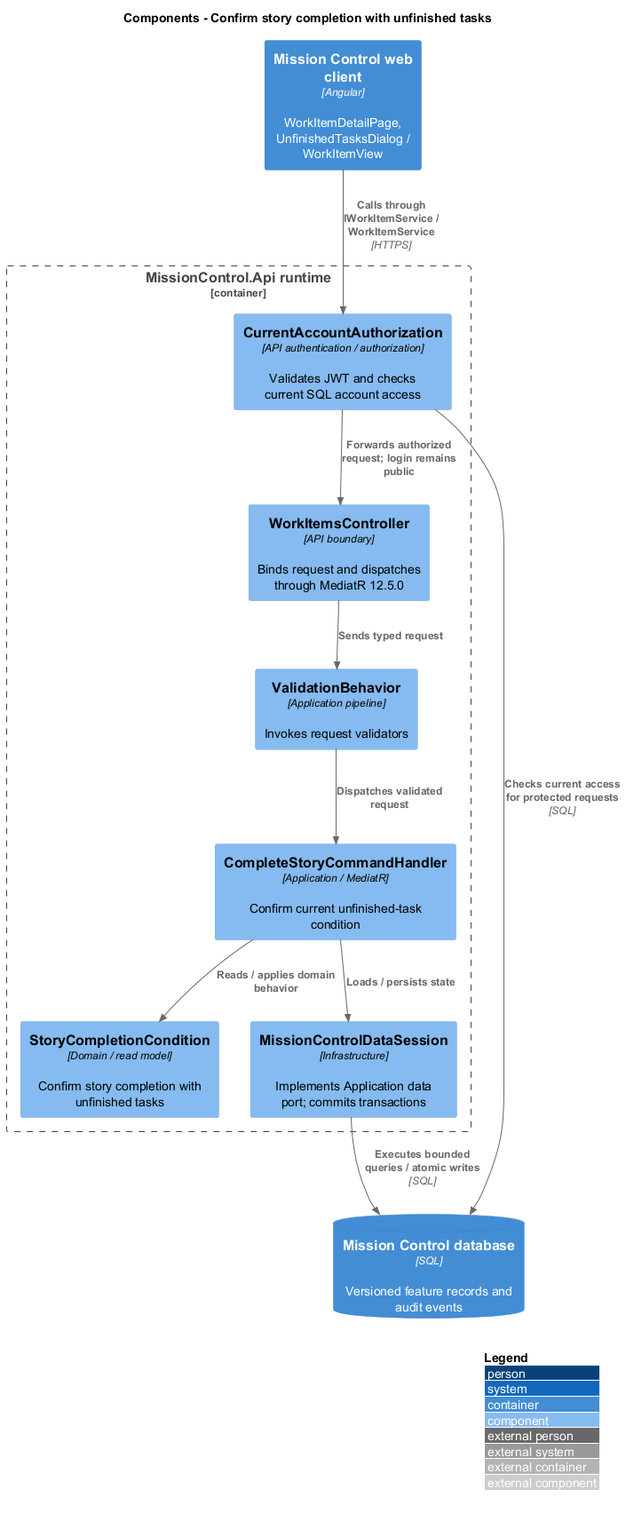
Before: docs/detailed-designs/kanban/confirm-story-completion/diagrams/c4-component.png, a diagram exported from PlantUML (QuinntyneBrown/mission-control).
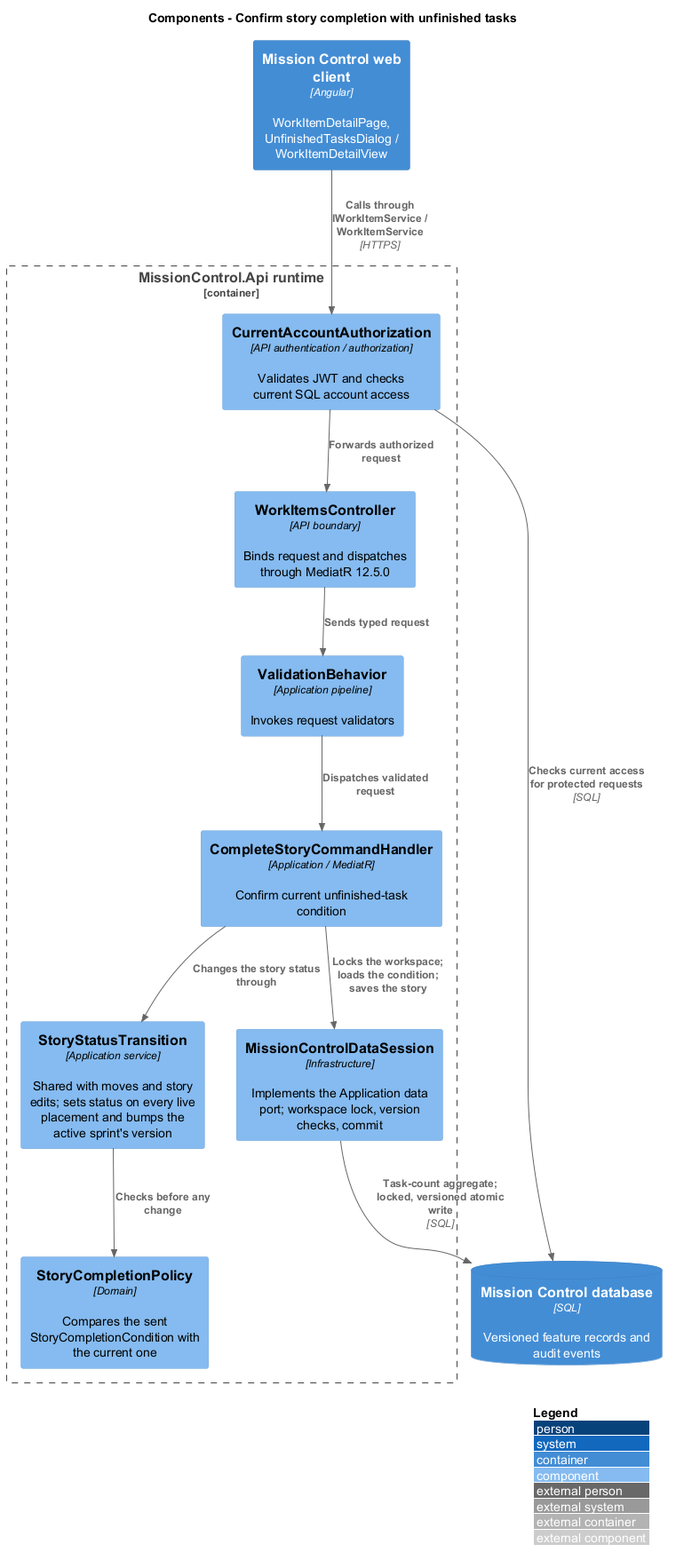
Above is the later version.

Change to the diagram source:
```diff
@@ -2,22 +2,24 @@
 !include <C4/C4_Component>
 LAYOUT_WITH_LEGEND()
 title Components - Confirm story completion with unfinished tasks
-Container(web, "Mission Control web client", "Angular", "WorkItemDetailPage, UnfinishedTasksDialog / WorkItemView")
+Container(web, "Mission Control web client", "Angular", "WorkItemDetailPage, UnfinishedTasksDialog / WorkItemDetailView")
 ContainerDb(db, "Mission Control database", "SQL", "Versioned feature records and audit events")
 Container_Boundary(api, "MissionControl.Api runtime") {
   Component(ctrl, "WorkItemsController", "API boundary", "Binds request and dispatches through MediatR 12.5.0")
   Component(access, "CurrentAccountAuthorization", "API authentication / authorization", "Validates JWT and checks current SQL account access")
   Component(validation, "ValidationBehavior", "Application pipeline", "Invokes request validators")
-  Component(entity, "StoryCompletionCondition", "Domain / read model", "Confirm story completion with unfinished tasks")
-  Component(store, "MissionControlDataSession", "Infrastructure", "Implements Application data port; commits transactions")
+  Component(transition, "StoryStatusTransition", "Application service", "Shared with moves and story edits; sets status on every live placement and bumps the active sprint's version")
+  Component(entity, "StoryCompletionPolicy", "Domain", "Compares the sent StoryCompletionCondition with the current one")
+  Component(store, "MissionControlDataSession", "Infrastructure", "Implements the Application data port; workspace lock, version checks, commit")
 Rel(web, access, "Calls through IWorkItemService / WorkItemService", "HTTPS")
 Rel(access, db, "Checks current access for protected requests", "SQL")
-Rel(access, ctrl, "Forwards authorized request; login remains public")
+Rel(access, ctrl, "Forwards authorized request")
 Rel(ctrl, validation, "Sends typed request")
 Component(h0, "CompleteStoryCommandHandler", "Application / MediatR", "Confirm current unfinished-task condition")
 Rel(validation, h0, "Dispatches validated request")
-Rel(h0, entity, "Reads / applies domain behavior")
-Rel(h0, store, "Loads / persists state")
+Rel(h0, transition, "Changes the story status through")
+Rel(transition, entity, "Checks before any change")
+Rel(h0, store, "Locks the workspace; loads the condition; saves the story")
 }
-Rel(store, db, "Executes bounded queries / atomic writes", "SQL")
+Rel(store, db, "Task-count aggregate; locked, versioned atomic write", "SQL")
 @enduml
```
